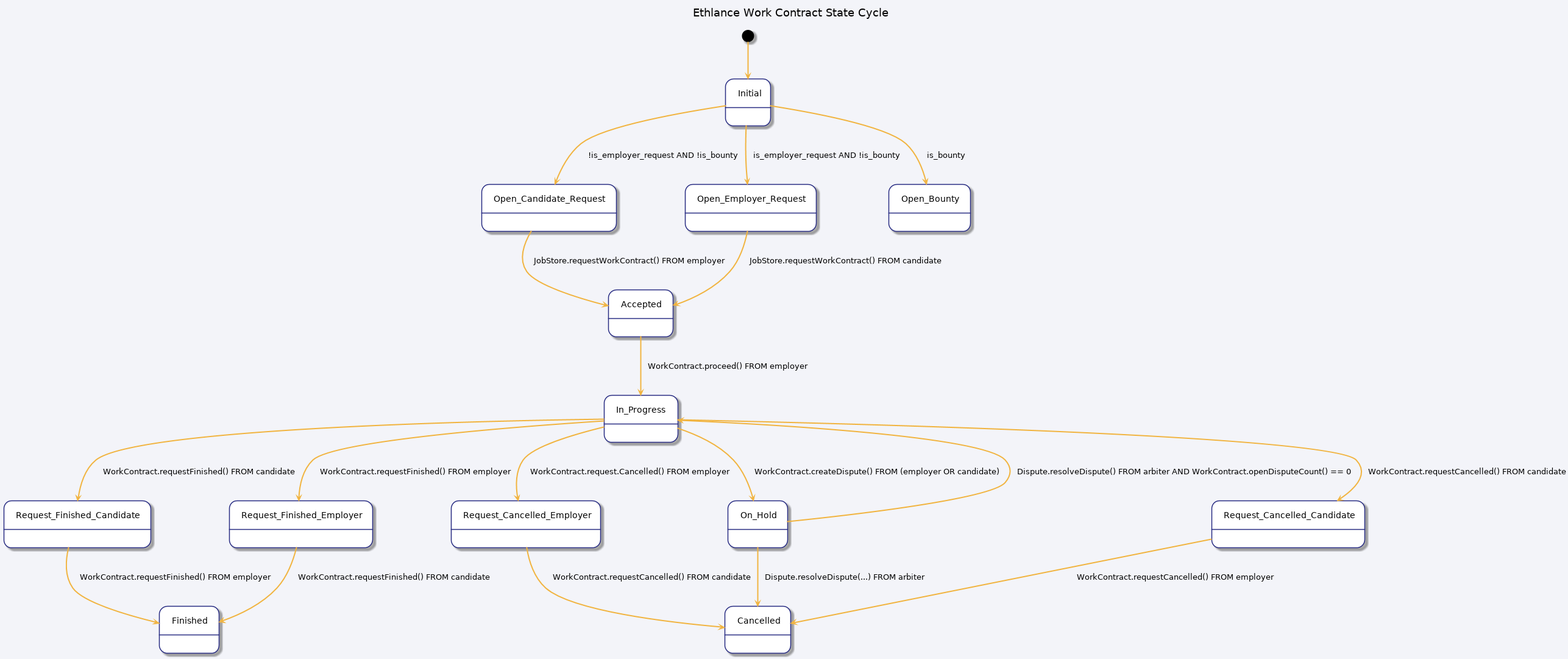
Earlier version of the PlantUML export docs/spec/work_contract_status_diagram.png (district0x/ethlance). The source it was exported from:
```plantuml
@startuml

skinparam BackgroundColor #F3F4F9
skinparam RoundCorner 5
skinparam Padding 10
skinparam state {
  BackgroundColor White
  ArrowColor #F1B440
  ArrowThickness 2
  BorderColor #292D83
}

title Ethlance Work Contract State Cycle

[*] --> Initial

Initial --> Open_Candidate_Request : !is_employer_request AND !is_bounty
Initial --> Open_Employer_Request : is_employer_request AND !is_bounty
Initial --> Open_Bounty : is_bounty

Open_Candidate_Request --> Accepted : JobStore.requestWorkContract() FROM employer
Open_Employer_Request --> Accepted : JobStore.requestWorkContract() FROM candidate


Accepted --> In_Progress : WorkContract.proceed() FROM employer

In_Progress --> On_Hold : WorkContract.createDispute() FROM (employer OR candidate)
On_Hold --> In_Progress : Dispute.resolveDispute() FROM arbiter AND WorkContract.openDisputeCount() == 0

In_Progress --> Request_Finished_Candidate : WorkContract.requestFinished() FROM candidate
In_Progress --> Request_Finished_Employer : WorkContract.requestFinished() FROM employer

Request_Finished_Candidate --> Finished : WorkContract.requestFinished() FROM employer
Request_Finished_Employer --> Finished : WorkContract.requestFinished() FROM candidate

In_Progress --> Request_Cancelled_Candidate : WorkContract.requestCancelled() FROM candidate
In_Progress --> Request_Cancelled_Employer : WorkContract.request.Cancelled() FROM employer

Request_Cancelled_Candidate --> Cancelled : WorkContract.requestCancelled() FROM employer
Request_Cancelled_Employer --> Cancelled : WorkContract.requestCancelled() FROM candidate
On_Hold --> Cancelled : Dispute.resolveDispute(...) FROM arbiter

@enduml
```
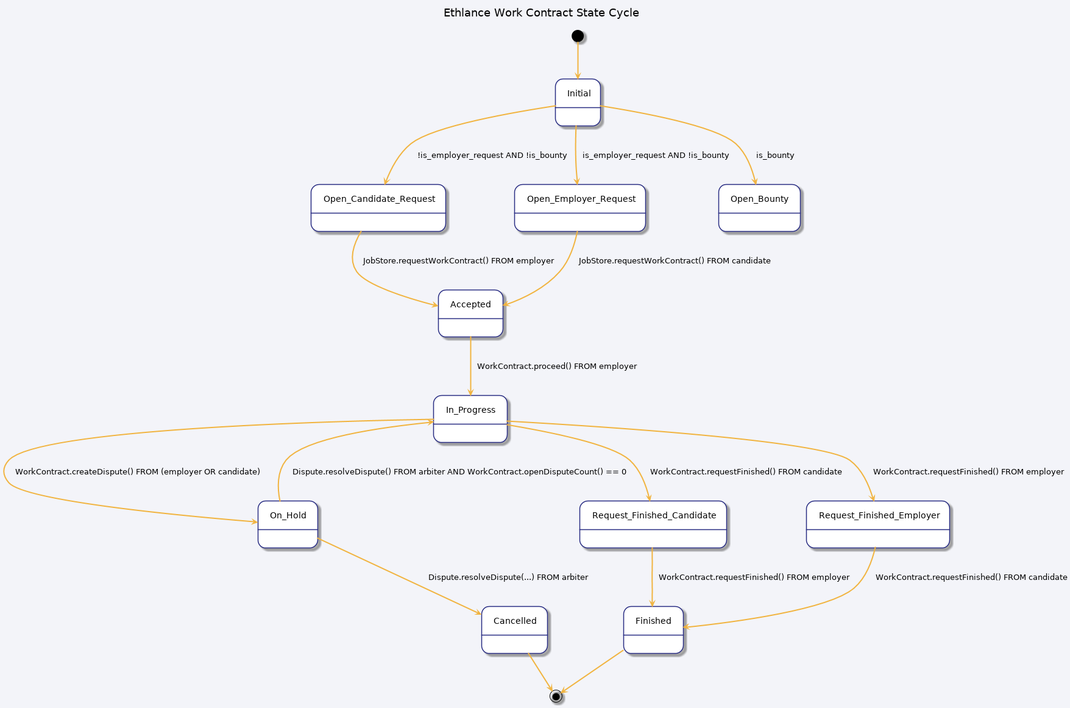
After the commit.

What changed in the source:
```diff
@@ -33,11 +33,9 @@
 Request_Finished_Candidate --> Finished : WorkContract.requestFinished() FROM employer
 Request_Finished_Employer --> Finished : WorkContract.requestFinished() FROM candidate
 
-In_Progress --> Request_Cancelled_Candidate : WorkContract.requestCancelled() FROM candidate
-In_Progress --> Request_Cancelled_Employer : WorkContract.request.Cancelled() FROM employer
-
-Request_Cancelled_Candidate --> Cancelled : WorkContract.requestCancelled() FROM employer
-Request_Cancelled_Employer --> Cancelled : WorkContract.requestCancelled() FROM candidate
 On_Hold --> Cancelled : Dispute.resolveDispute(...) FROM arbiter
 
+Finished --> [*]
+Cancelled --> [*]
+
 @enduml
```
